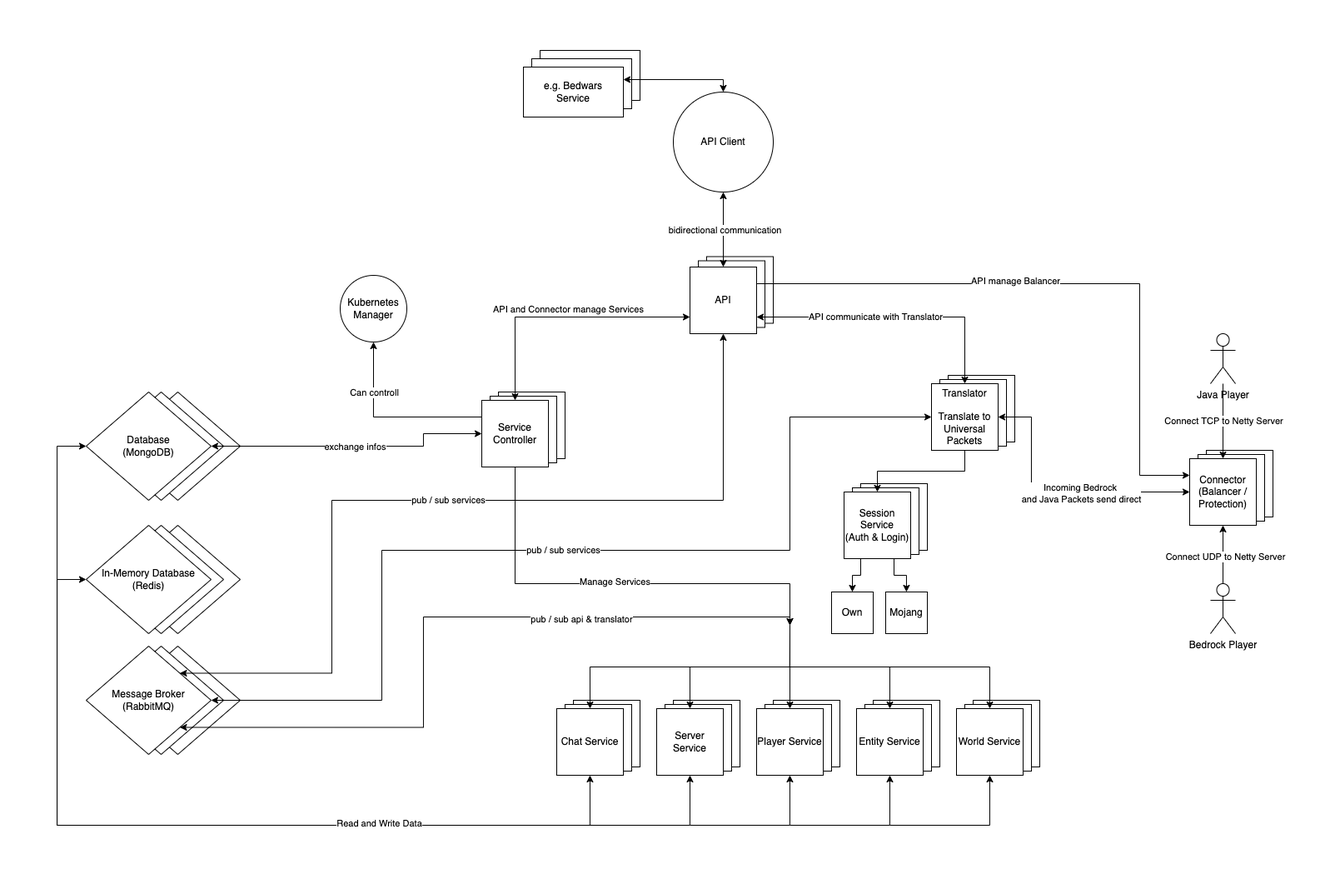
Above: images/overview.png in Layercraft/Infos (draw.io), before the change. Source tidied: cells renumbered, new cells last; positions are measured from the earlier drawing's top-left corner, leaving out a move shared by most shapes.
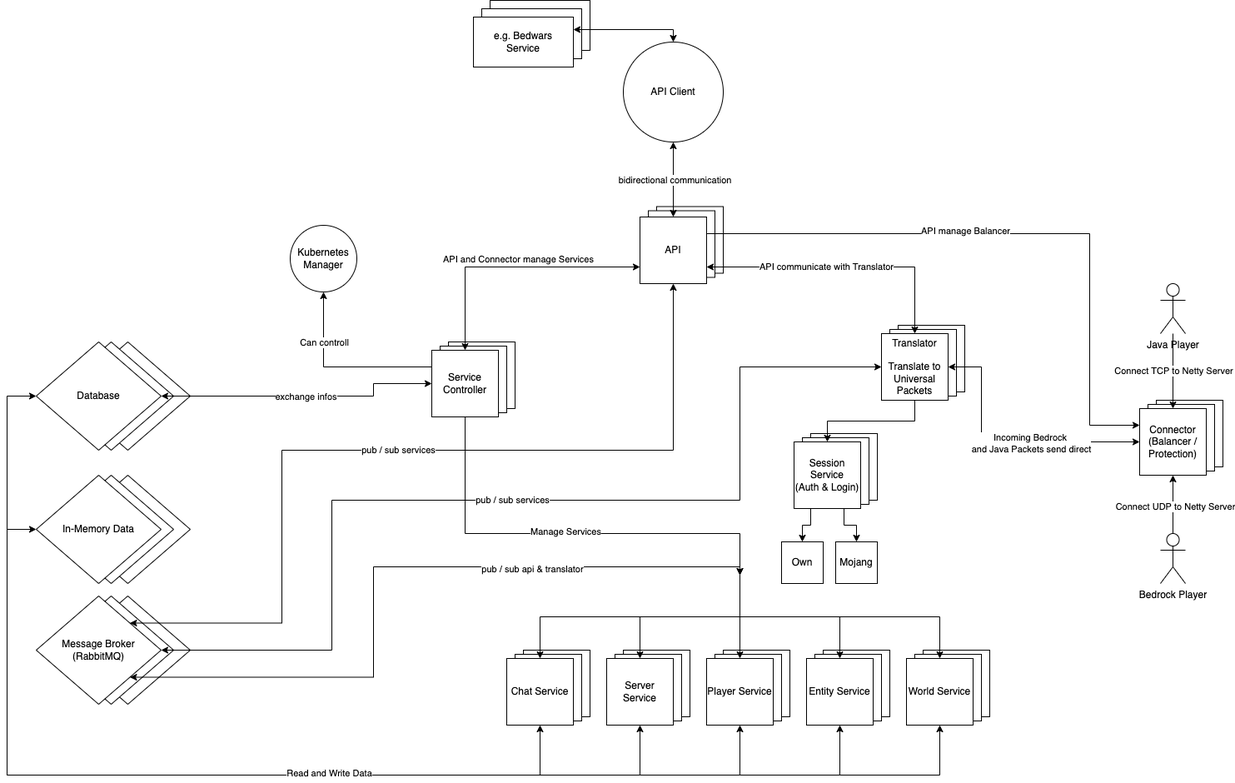
The same file after the commit.

The edit, as a diff of the source:
```diff
@@ -307,7 +307,7 @@
     <mxCell id="70" style="edgeStyle=orthogonalEdgeStyle;rounded=0;jettySize=auto;html=1;exitX=0.75;exitY=1;exitDx=0;exitDy=0;" parent="1" edge="1" source="73" target="74">
       <mxGeometry relative="1" as="geometry" />
     </mxCell>
-    <mxCell id="71" value="Database&lt;br&gt;(MongoDB)" style="rhombus;whiteSpace=wrap;html=1;rounded=0;shadow=0;glass=0;" parent="1" vertex="1">
+    <mxCell id="71" value="Database" style="rhombus;whiteSpace=wrap;html=1;rounded=0;shadow=0;glass=0;" parent="1" vertex="1">
       <mxGeometry x="35" y="410" width="150" height="130" as="geometry" />
     </mxCell>
     <mxCell id="72" style="edgeStyle=orthogonalEdgeStyle;rounded=0;jettySize=auto;html=1;exitX=0.25;exitY=1;exitDx=0;exitDy=0;entryX=0.5;entryY=0;entryDx=0;entryDy=0;" parent="1" edge="1" source="73" target="75">
@@ -353,7 +353,7 @@
     <mxCell id="84" value="e.g. Bedwars&lt;br&gt;Service" style="rounded=0;whiteSpace=wrap;html=1;shadow=0;" parent="1" vertex="1">
       <mxGeometry x="560" y="20" width="120" height="60" as="geometry" />
     </mxCell>
-    <mxCell id="85" value="In-Memory Database&lt;br&gt;(Redis)" style="rhombus;whiteSpace=wrap;html=1;rounded=0;shadow=0;glass=0;" parent="1" vertex="1">
+    <mxCell id="85" value="In-Memory Data" style="rhombus;whiteSpace=wrap;html=1;rounded=0;shadow=0;glass=0;" parent="1" vertex="1">
       <mxGeometry x="35" y="570" width="150" height="130" as="geometry" />
     </mxCell>
     <mxCell id="86" style="edgeStyle=orthogonalEdgeStyle;rounded=0;jettySize=auto;html=1;exitX=1;exitY=1;exitDx=0;exitDy=0;startArrow=classic;startFill=1;" parent="1" edge="1" source="88">
```
